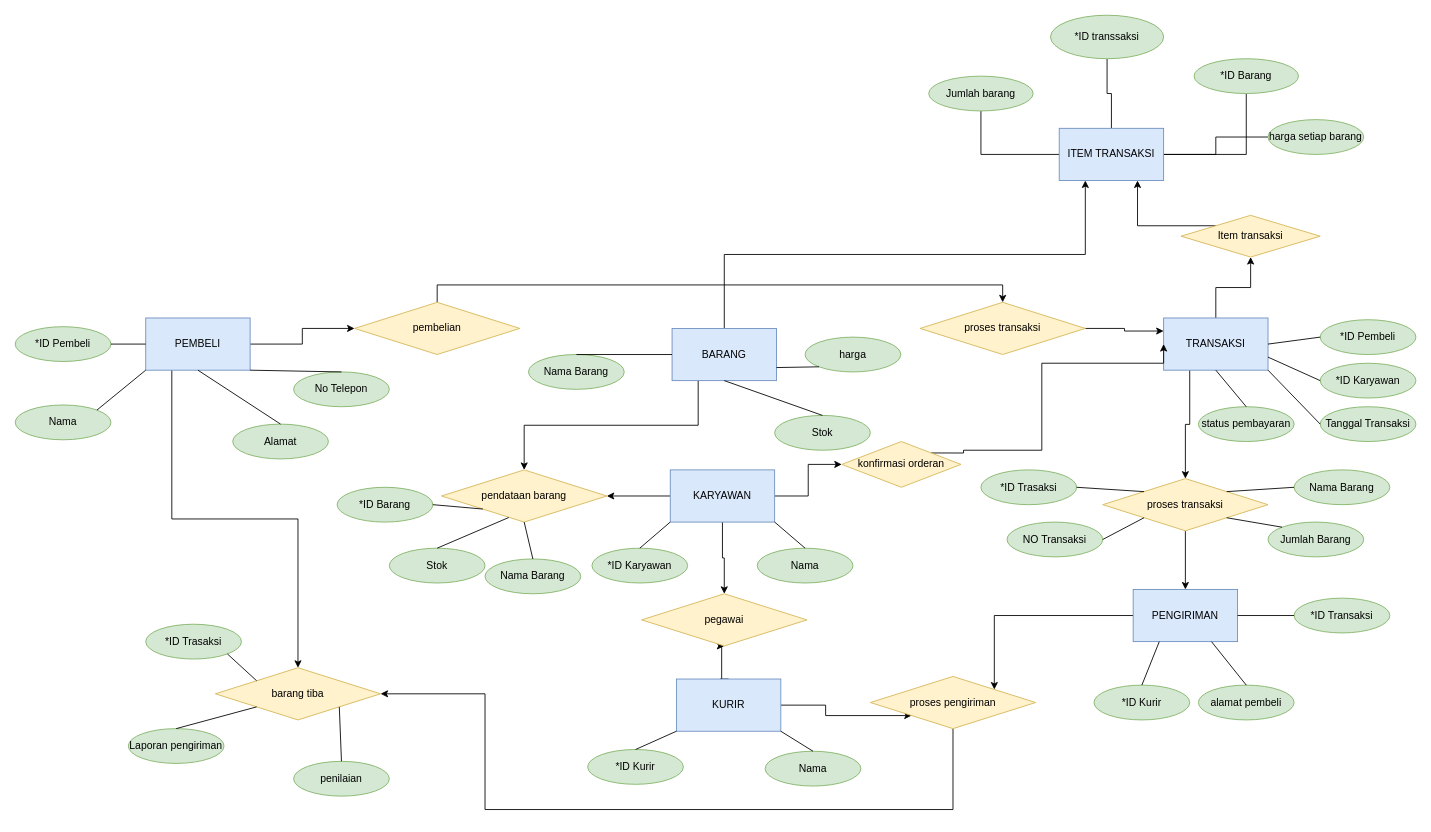
The draw.io diagram Pertemuan2/Untitled Diagram.drawio in NormalikaShandi/IF214002, before the edit. Source tidied: cells renumbered, new cells numbered last; positions are measured from the earlier drawing's top-left corner, leaving out a move shared by most shapes. Both pictures are drawn from the tidied source at 87%, with x=0, y=0 at pixel (15, 15).
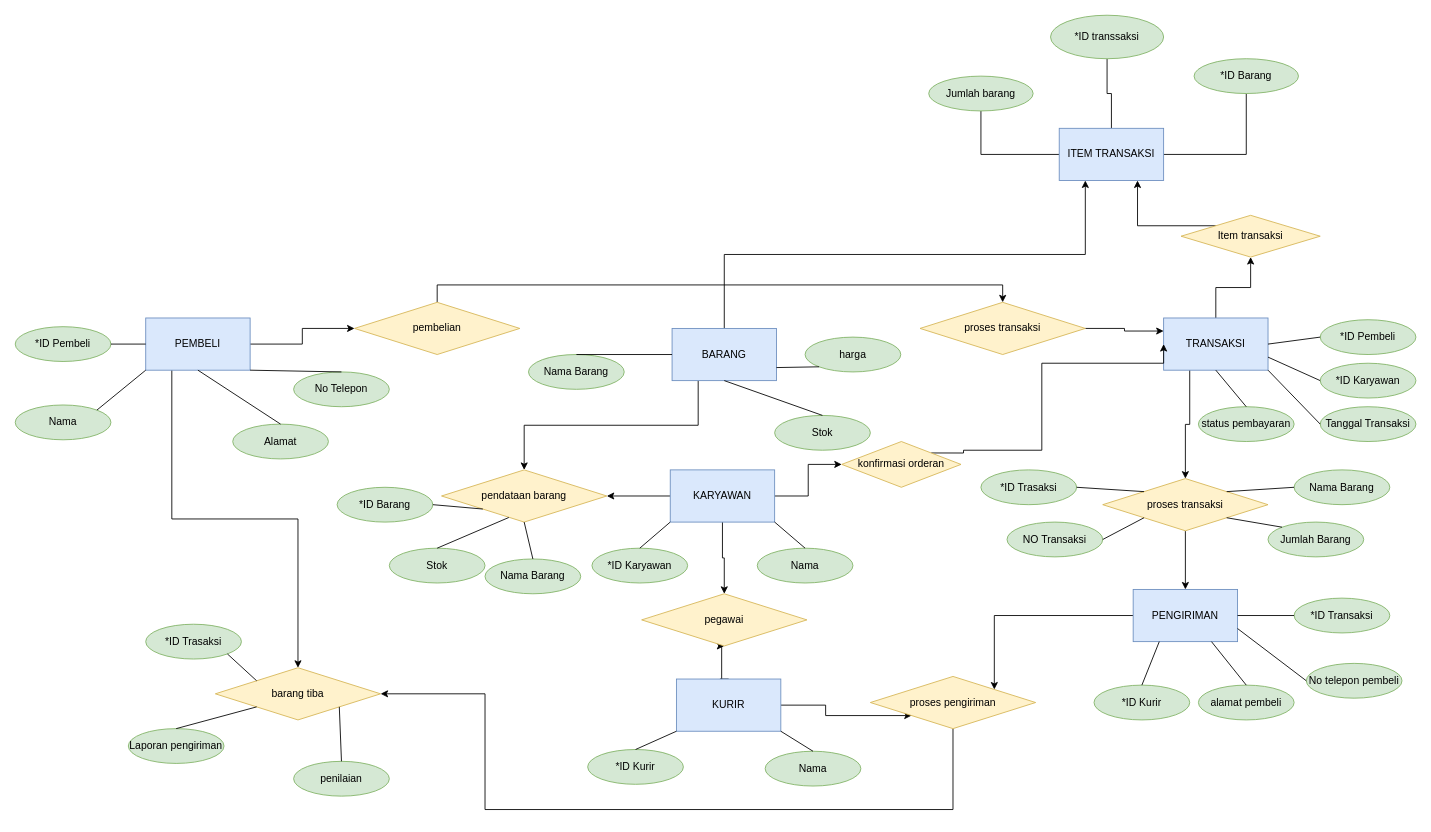
The same page after the edit.

The change refers to these unchanged cells:
```xml
<mxCell id="13" value="PENGIRIMAN" style="rounded=0;whiteSpace=wrap;html=1;fillColor=#dae8fc;strokeColor=#6c8ebf;" parent="1" vertex="1">
  <mxGeometry x="1285" y="660" width="120" height="60" as="geometry" />
</mxCell>
<mxCell id="96" value="ITEM TRANSAKSI" style="rounded=0;whiteSpace=wrap;html=1;fillColor=#dae8fc;strokeColor=#6c8ebf;" parent="1" vertex="1">
  <mxGeometry x="1200" y="130" width="120" height="60" as="geometry" />
</mxCell>
```

What changed in the source:
```diff
@@
-    <mxCell id="95" style="edgeStyle=orthogonalEdgeStyle;rounded=0;jettySize=auto;html=1;endArrow=none;endFill=0;" parent="1" edge="1" source="96" target="102">
-      <mxGeometry relative="1" as="geometry" />
-    </mxCell>
@@
-    <mxCell id="102" value="harga setiap barang" style="ellipse;whiteSpace=wrap;html=1;fillColor=#d5e8d4;strokeColor=#82b366;rounded=0;" parent="1" vertex="1">
-      <mxGeometry x="1440" y="120" width="110" height="40" as="geometry" />
-    </mxCell>
+    <mxCell id="103" value="No telepon pembeli" style="ellipse;whiteSpace=wrap;html=1;fillColor=#d5e8d4;strokeColor=#82b366;" parent="1" vertex="1">
+      <mxGeometry x="1484" y="745" width="110" height="40" as="geometry" />
+    </mxCell>
+    <mxCell id="104" style="endArrow=none;html=1;rounded=0;entryX=1;entryY=0.75;entryDx=0;entryDy=0;exitX=0;exitY=0.5;exitDx=0;exitDy=0;" parent="1" edge="1" source="103" target="13">
+      <mxGeometry relative="1" as="geometry" />
+    </mxCell>
```
